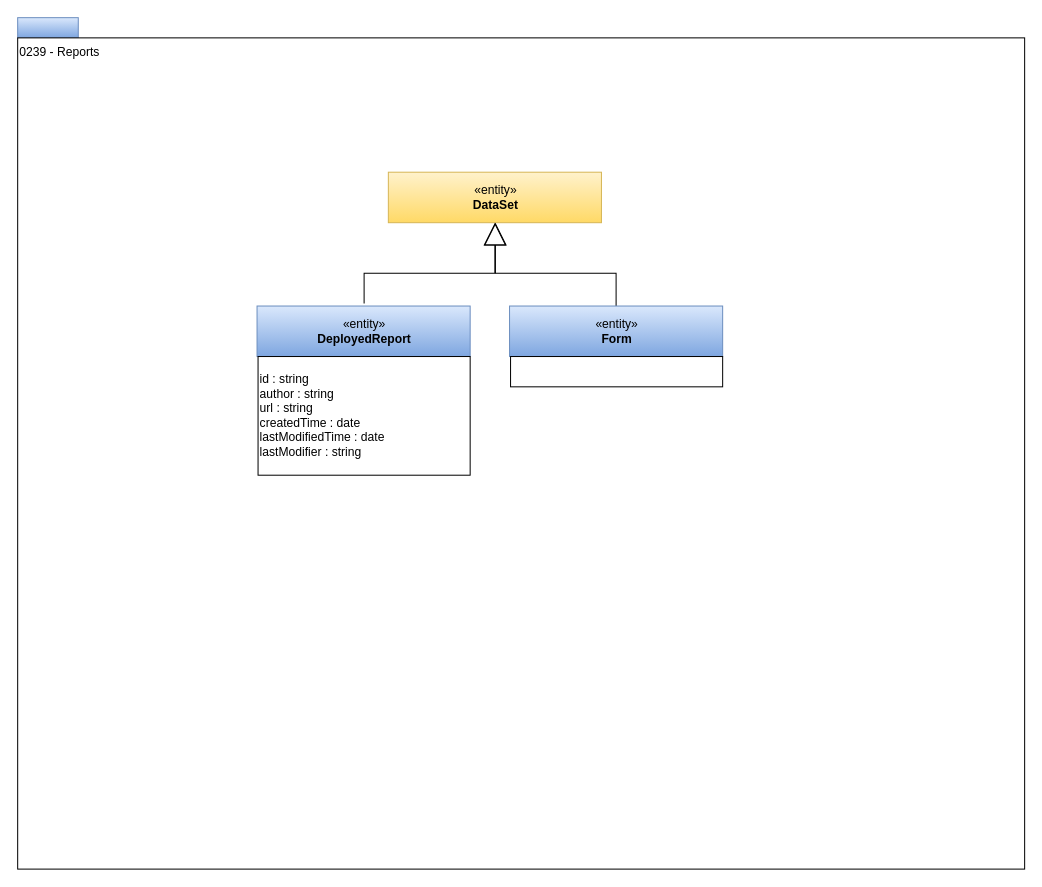
Earlier version of the draw.io diagram page "0239-Reports" (18 of 23) of site/docs/types/2/area-2-assets.drawio (odpi/egeria-docs). Source tidied: cells renumbered, new cells numbered last; positions are measured from the earlier drawing's top-left corner, leaving out a move shared by most shapes. Both pictures are drawn from the tidied source at 101%, with x=0, y=0 at pixel (17, 17).
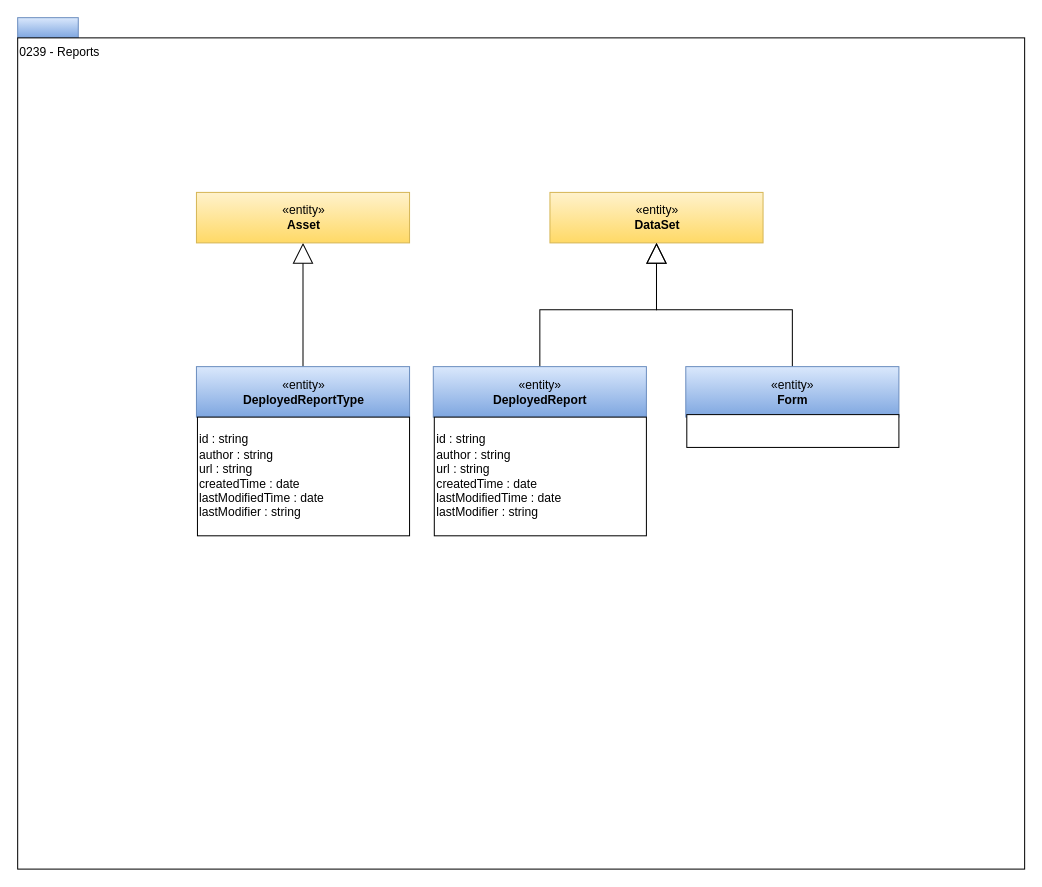
Above is the later version.

Diff of the diagram source:
```diff
@@
 <mxGraphModel>
   <root>
     <mxCell id="0" />
     <mxCell id="1" parent="0" />
     <mxCell id="2" style="rounded=0;whiteSpace=wrap;html=1;align=left;fillColor=#dae8fc;strokeColor=#6c8ebf;gradientColor=#7ea6e0;" parent="1" vertex="1">
       <mxGeometry width="60" height="20" as="geometry" />
     </mxCell>
     <mxCell id="3" value="0239 - Reports" style="rounded=0;whiteSpace=wrap;html=1;align=left;verticalAlign=top;" parent="1" vertex="1">
       <mxGeometry y="20" width="997" height="823" as="geometry" />
     </mxCell>
     <mxCell id="4" value="«entity»&lt;br&gt;&lt;b&gt;DataSet&lt;/b&gt;" style="html=1;strokeColor=#d6b656;align=center;fillColor=#fff2cc;gradientColor=#ffd966;" parent="1" vertex="1">
-      <mxGeometry x="367" y="153" width="211" height="50" as="geometry" />
+      <mxGeometry x="527" y="173" width="211" height="50" as="geometry" />
     </mxCell>
+    <mxCell id="11" style="edgeStyle=orthogonalEdgeStyle;rounded=0;jettySize=auto;html=1;exitX=0.5;exitY=0;exitDx=0;exitDy=0;strokeWidth=1;endArrow=block;endFill=0;endSize=18;" parent="1" edge="1" source="5" target="4">
+      <mxGeometry relative="1" as="geometry" />
+    </mxCell>
     <mxCell id="5" value="«entity»&lt;br&gt;&lt;b&gt;DeployedReport&lt;/b&gt;" style="html=1;strokeColor=#6c8ebf;align=center;fillColor=#dae8fc;gradientColor=#7ea6e0;" parent="1" vertex="1">
-      <mxGeometry x="237" y="285.5" width="211" height="50" as="geometry" />
+      <mxGeometry x="411.5" y="345.5" width="211" height="50" as="geometry" />
     </mxCell>
     <mxCell id="6" value="id : string&lt;br&gt;author : string&lt;br&gt;url : string&lt;br&gt;createdTime : date&lt;br&gt;lastModifiedTime : date&lt;br&gt;lastModifier : string" style="rounded=0;whiteSpace=wrap;html=1;strokeColor=#000000;gradientColor=#ffffff;align=left;" parent="1" vertex="1">
-      <mxGeometry x="238" y="335.5" width="210" height="117.5" as="geometry" />
+      <mxGeometry x="412.5" y="395.5" width="210" height="117.5" as="geometry" />
     </mxCell>
-    <mxCell id="7" style="edgeStyle=orthogonalEdgeStyle;rounded=0;jettySize=auto;html=1;endArrow=block;endFill=0;endSize=20;entryX=0.5;entryY=1;entryDx=0;entryDy=0;" parent="1" edge="1" target="4">
-      <mxGeometry relative="1" as="geometry">
-        <mxPoint x="343" y="283" as="sourcePoint" />
-        <Array as="points">
-          <mxPoint x="343" y="253" />
-          <mxPoint x="473" y="253" />
-        </Array>
-      </mxGeometry>
-    </mxCell>
-    <mxCell id="8" style="edgeStyle=orthogonalEdgeStyle;rounded=0;jettySize=auto;html=1;exitX=0.5;exitY=0;exitDx=0;exitDy=0;endArrow=block;endFill=0;endSize=20;" parent="1" edge="1" source="9" target="4">
-      <mxGeometry relative="1" as="geometry">
-        <Array as="points">
-          <mxPoint x="593" y="253" />
-          <mxPoint x="473" y="253" />
-        </Array>
-      </mxGeometry>
+    <mxCell id="8" style="edgeStyle=orthogonalEdgeStyle;rounded=0;jettySize=auto;html=1;exitX=0.5;exitY=0;exitDx=0;exitDy=0;strokeWidth=1;endArrow=block;endFill=0;endSize=18;" parent="1" edge="1" source="9" target="4">
+      <mxGeometry relative="1" as="geometry" />
     </mxCell>
     <mxCell id="9" value="«entity»&lt;br&gt;&lt;b&gt;Form&lt;/b&gt;" style="html=1;strokeColor=#6c8ebf;align=center;fillColor=#dae8fc;gradientColor=#7ea6e0;" parent="1" vertex="1">
-      <mxGeometry x="487" y="285.5" width="211" height="50" as="geometry" />
+      <mxGeometry x="661.5" y="345.5" width="211" height="50" as="geometry" />
     </mxCell>
     <mxCell id="10" style="rounded=0;whiteSpace=wrap;html=1;strokeColor=#000000;gradientColor=#ffffff;align=left;" parent="1" vertex="1">
-      <mxGeometry x="488" y="335.5" width="210" height="30" as="geometry" />
+      <mxGeometry x="662.5" y="393" width="210" height="32.5" as="geometry" />
     </mxCell>
+    <mxCell id="12" style="edgeStyle=orthogonalEdgeStyle;rounded=0;jettySize=auto;html=1;exitX=0.5;exitY=0;exitDx=0;exitDy=0;strokeWidth=1;endArrow=block;endFill=0;endSize=18;" parent="1" edge="1" source="13" target="15">
+      <mxGeometry relative="1" as="geometry" />
+    </mxCell>
+    <mxCell id="13" value="«entity»&lt;br&gt;&lt;b&gt;DeployedReportType&lt;/b&gt;" style="html=1;strokeColor=#6c8ebf;align=center;fillColor=#dae8fc;gradientColor=#7ea6e0;" parent="1" vertex="1">
+      <mxGeometry x="177" y="345.5" width="211" height="50" as="geometry" />
+    </mxCell>
+    <mxCell id="14" value="id : string&lt;br&gt;author : string&lt;br&gt;url : string&lt;br&gt;createdTime : date&lt;br&gt;lastModifiedTime : date&lt;br&gt;lastModifier : string" style="rounded=0;whiteSpace=wrap;html=1;strokeColor=#000000;gradientColor=#ffffff;align=left;" parent="1" vertex="1">
+      <mxGeometry x="178" y="395.5" width="210" height="117.5" as="geometry" />
+    </mxCell>
+    <mxCell id="15" value="«entity»&lt;br&gt;&lt;b&gt;Asset&lt;/b&gt;" style="html=1;strokeColor=#d6b656;align=center;fillColor=#fff2cc;gradientColor=#ffd966;" parent="1" vertex="1">
+      <mxGeometry x="177" y="173" width="211" height="50" as="geometry" />
+    </mxCell>
   </root>
 </mxGraphModel>
```
